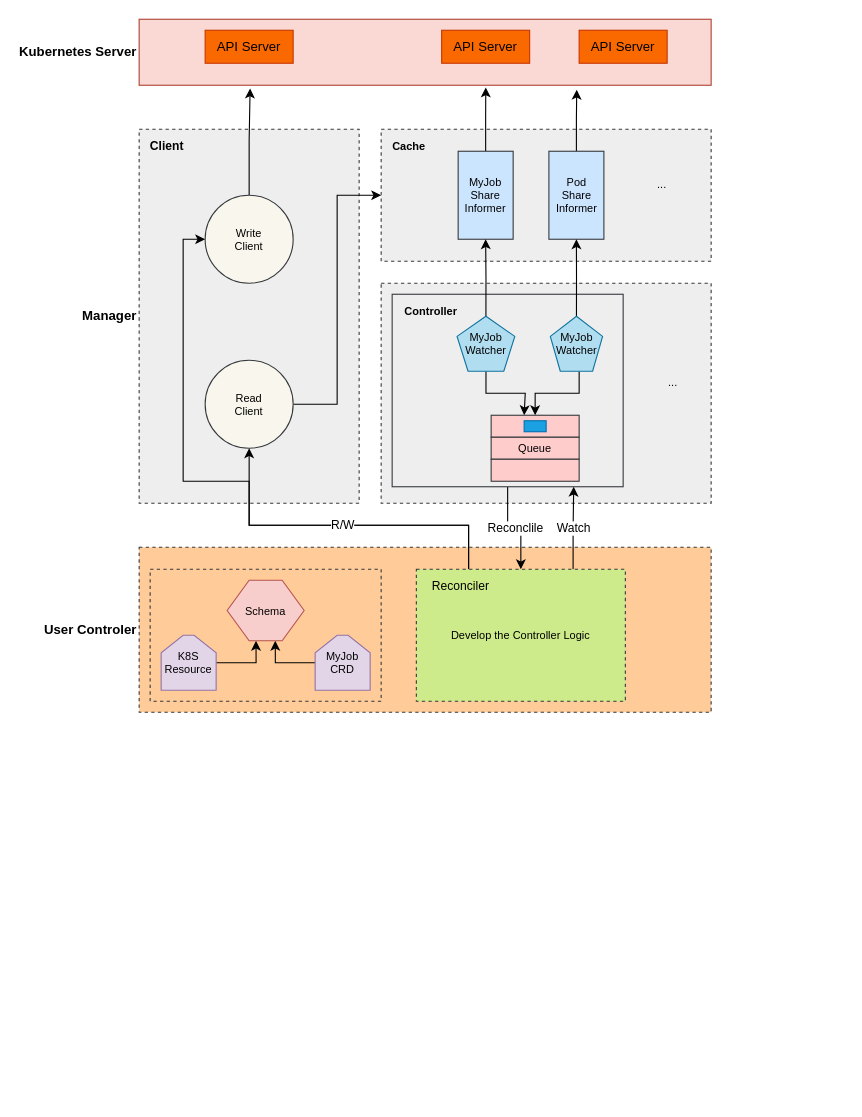
Before: page "第 8 页" (8 of 8) of st/k8s.drawio in gaivin/drawio, a draw.io diagram. Source tidied: cells renumbered, new cells numbered last; positions are measured from the earlier drawing's top-left corner, leaving out a move shared by most shapes. Both pictures are drawn from the tidied source at 110%, with x=0, y=0 at pixel (139, 19).
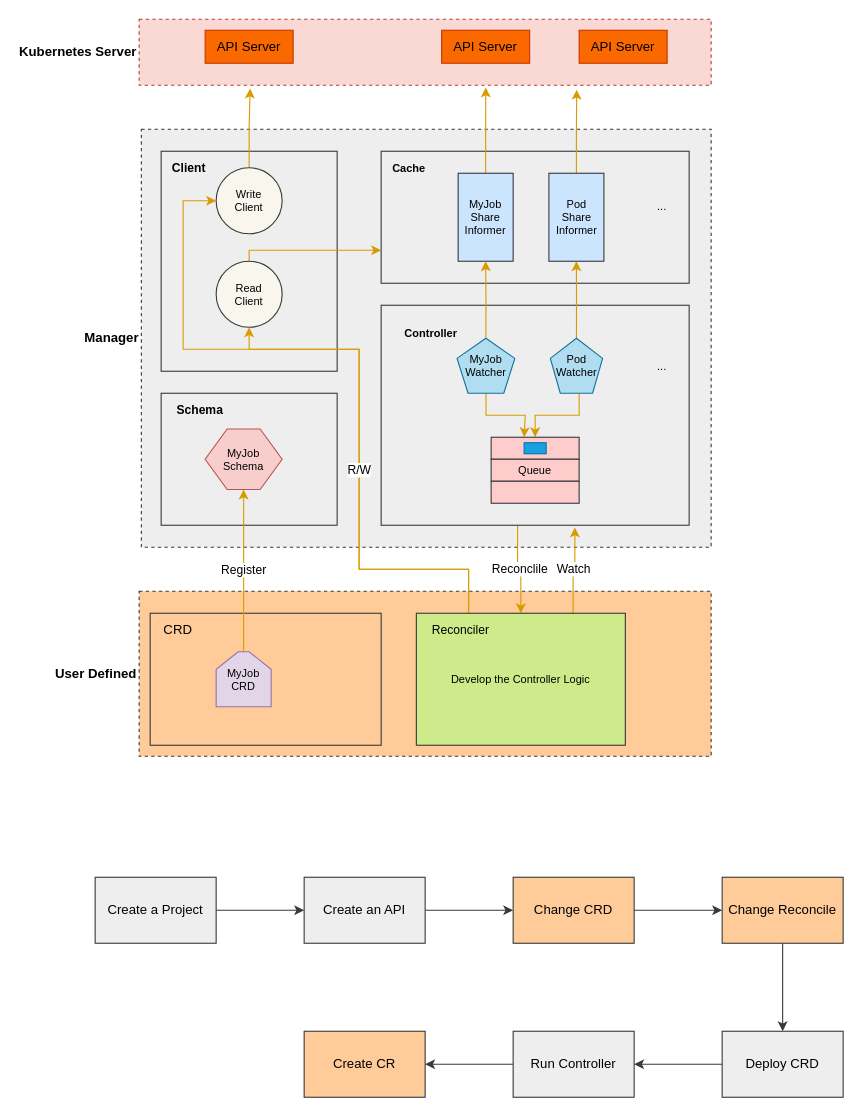
Above is the later version.

Unchanged cells that the change refers to:
```xml
<mxCell id="26" style="rounded=0;whiteSpace=wrap;html=1;fillColor=#ffcccc;strokeColor=#36393d;fontSize=10;" parent="25" vertex="1">
  <mxGeometry width="80" height="20" as="geometry" />
</mxCell>
```

What changed in the source:
```diff
@@
+    <mxCell id="47" value="Manager" style="rounded=0;whiteSpace=wrap;html=1;fillColor=#eeeeee;strokeColor=#36393d;labelPosition=left;verticalLabelPosition=middle;align=right;verticalAlign=middle;fontSize=12;fontStyle=1;dashed=1;" parent="1" vertex="1">
+      <mxGeometry x="2" y="100" width="518" height="380" as="geometry" />
+    </mxCell>
+    <mxCell id="48" style="rounded=0;whiteSpace=wrap;html=1;fillColor=#eeeeee;strokeColor=#36393d;labelPosition=left;verticalLabelPosition=middle;align=right;verticalAlign=middle;fontSize=12;fontStyle=1;" parent="1" vertex="1">
+      <mxGeometry x="20" y="340" width="160" height="120" as="geometry" />
+    </mxCell>
-    <mxCell id="2" value="Kubernetes Server" style="rounded=0;whiteSpace=wrap;html=1;fillColor=#fad9d5;strokeColor=#ae4132;fontSize=12;fontStyle=1;labelPosition=left;verticalLabelPosition=middle;align=right;verticalAlign=middle;" parent="1" vertex="1">
+    <mxCell id="2" value="Kubernetes Server" style="rounded=0;whiteSpace=wrap;html=1;fillColor=#fad9d5;strokeColor=#ae4132;fontSize=12;fontStyle=1;labelPosition=left;verticalLabelPosition=middle;align=right;verticalAlign=middle;dashed=1;" parent="1" vertex="1">
       <mxGeometry width="520" height="60" as="geometry" />
     </mxCell>
-    <mxCell id="3" value="Manager" style="rounded=0;whiteSpace=wrap;html=1;fillColor=#eeeeee;strokeColor=#36393d;dashed=1;labelPosition=left;verticalLabelPosition=middle;align=right;verticalAlign=middle;fontSize=12;fontStyle=1;" parent="1" vertex="1">
-      <mxGeometry y="100" width="200" height="340" as="geometry" />
+    <mxCell id="3" style="rounded=0;whiteSpace=wrap;html=1;fillColor=#eeeeee;strokeColor=#36393d;labelPosition=left;verticalLabelPosition=middle;align=right;verticalAlign=middle;fontSize=12;fontStyle=1;" parent="1" vertex="1">
+      <mxGeometry x="20" y="120" width="160" height="200" as="geometry" />
     </mxCell>
-    <mxCell id="4" style="edgeStyle=orthogonalEdgeStyle;rounded=0;jettySize=auto;html=1;exitX=0.5;exitY=0;exitDx=0;exitDy=0;fontSize=10;entryX=0.194;entryY=1.05;entryDx=0;entryDy=0;entryPerimeter=0;" parent="1" edge="1" source="5" target="2">
+    <mxCell id="4" style="edgeStyle=orthogonalEdgeStyle;rounded=0;jettySize=auto;html=1;exitX=0.5;exitY=0;exitDx=0;exitDy=0;fontSize=10;entryX=0.194;entryY=1.05;entryDx=0;entryDy=0;entryPerimeter=0;fillColor=#ffcd28;strokeColor=#d79b00;gradientColor=#ffa500;" parent="1" edge="1" source="5" target="2">
       <mxGeometry relative="1" as="geometry" />
     </mxCell>
     <mxCell id="5" value="Write&lt;br style=&quot;font-size: 10px;&quot;&gt;Client" style="ellipse;whiteSpace=wrap;html=1;fillColor=#f9f7ed;strokeColor=#36393d;fontSize=10;" parent="1" vertex="1">
-      <mxGeometry x="60" y="160" width="80" height="80" as="geometry" />
+      <mxGeometry x="70" y="135" width="60" height="60" as="geometry" />
     </mxCell>
-    <mxCell id="6" style="edgeStyle=orthogonalEdgeStyle;rounded=0;jettySize=auto;html=1;exitX=1;exitY=0.5;exitDx=0;exitDy=0;entryX=0;entryY=0.5;entryDx=0;entryDy=0;" parent="1" edge="1" source="7" target="8">
-      <mxGeometry relative="1" as="geometry" />
+    <mxCell id="6" style="edgeStyle=orthogonalEdgeStyle;rounded=0;jettySize=auto;html=1;exitX=0.5;exitY=0;exitDx=0;exitDy=0;fillColor=#ffcd28;strokeColor=#d79b00;gradientColor=#ffa500;" parent="1" edge="1" source="7" target="8">
+      <mxGeometry relative="1" as="geometry">
+        <Array as="points">
+          <mxPoint x="100" y="210" />
+        </Array>
+      </mxGeometry>
     </mxCell>
     <mxCell id="7" value="Read&lt;br style=&quot;font-size: 10px;&quot;&gt;Client" style="ellipse;whiteSpace=wrap;html=1;fillColor=#f9f7ed;strokeColor=#36393d;fontSize=10;" parent="1" vertex="1">
-      <mxGeometry x="60" y="310" width="80" height="80" as="geometry" />
+      <mxGeometry x="70" y="220" width="60" height="60" as="geometry" />
     </mxCell>
-    <mxCell id="8" style="rounded=0;whiteSpace=wrap;html=1;fillColor=#eeeeee;strokeColor=#36393d;dashed=1;labelPosition=center;verticalLabelPosition=bottom;align=center;verticalAlign=top;fontSize=10;" parent="1" vertex="1">
-      <mxGeometry x="220" y="100" width="300" height="120" as="geometry" />
+    <mxCell id="8" style="rounded=0;whiteSpace=wrap;html=1;fillColor=#eeeeee;strokeColor=#36393d;labelPosition=center;verticalLabelPosition=bottom;align=center;verticalAlign=top;fontSize=10;" parent="1" vertex="1">
+      <mxGeometry x="220" y="120" width="280" height="120" as="geometry" />
     </mxCell>
-    <mxCell id="9" style="rounded=0;whiteSpace=wrap;html=1;fillColor=#eeeeee;strokeColor=#36393d;dashed=1;labelPosition=center;verticalLabelPosition=bottom;align=center;verticalAlign=top;fontSize=10;" parent="1" vertex="1">
-      <mxGeometry x="220" y="240" width="300" height="200" as="geometry" />
-    </mxCell>
-    <mxCell id="10" style="edgeStyle=orthogonalEdgeStyle;rounded=0;jettySize=auto;html=1;exitX=0.5;exitY=0;exitDx=0;exitDy=0;entryX=0.606;entryY=1.033;entryDx=0;entryDy=0;entryPerimeter=0;" parent="1" edge="1" source="11" target="2">
+    <mxCell id="10" style="edgeStyle=orthogonalEdgeStyle;rounded=0;jettySize=auto;html=1;exitX=0.5;exitY=0;exitDx=0;exitDy=0;entryX=0.606;entryY=1.033;entryDx=0;entryDy=0;entryPerimeter=0;fillColor=#ffcd28;strokeColor=#d79b00;gradientColor=#ffa500;" parent="1" edge="1" source="11" target="2">
       <mxGeometry relative="1" as="geometry" />
     </mxCell>
     <mxCell id="11" value="MyJob&lt;br style=&quot;font-size: 10px;&quot;&gt;Share Informer" style="rounded=0;whiteSpace=wrap;html=1;fillColor=#cce5ff;strokeColor=#36393d;fontSize=10;" parent="1" vertex="1">
-      <mxGeometry x="290" y="120" width="50" height="80" as="geometry" />
+      <mxGeometry x="290" y="140" width="50" height="80" as="geometry" />
     </mxCell>
-    <mxCell id="12" style="edgeStyle=orthogonalEdgeStyle;rounded=0;jettySize=auto;html=1;exitX=0.5;exitY=0;exitDx=0;exitDy=0;entryX=0.765;entryY=1.067;entryDx=0;entryDy=0;entryPerimeter=0;" parent="1" edge="1" source="13" target="2">
+    <mxCell id="12" style="edgeStyle=orthogonalEdgeStyle;rounded=0;jettySize=auto;html=1;exitX=0.5;exitY=0;exitDx=0;exitDy=0;entryX=0.765;entryY=1.067;entryDx=0;entryDy=0;entryPerimeter=0;fillColor=#ffcd28;strokeColor=#d79b00;gradientColor=#ffa500;" parent="1" edge="1" source="13" target="2">
       <mxGeometry relative="1" as="geometry" />
     </mxCell>
     <mxCell id="13" value="Pod&lt;br style=&quot;font-size: 10px;&quot;&gt;Share Informer" style="rounded=0;whiteSpace=wrap;html=1;fillColor=#cce5ff;strokeColor=#36393d;fontSize=10;" parent="1" vertex="1">
-      <mxGeometry x="372.5" y="120" width="50" height="80" as="geometry" />
+      <mxGeometry x="372.5" y="140" width="50" height="80" as="geometry" />
     </mxCell>
-    <mxCell id="14" value="User Controler" style="rounded=0;whiteSpace=wrap;html=1;fillColor=#ffcc99;strokeColor=#36393d;dashed=1;labelPosition=left;verticalLabelPosition=middle;align=right;verticalAlign=middle;fontSize=12;fontStyle=1;" parent="1" vertex="1">
-      <mxGeometry y="480" width="520" height="150" as="geometry" />
+    <mxCell id="14" value="User Defined" style="rounded=0;whiteSpace=wrap;html=1;fillColor=#ffcc99;strokeColor=#36393d;dashed=1;labelPosition=left;verticalLabelPosition=middle;align=right;verticalAlign=middle;fontSize=12;fontStyle=1;" parent="1" vertex="1">
+      <mxGeometry y="520" width="520" height="150" as="geometry" />
     </mxCell>
-    <mxCell id="15" value="Reconclile" style="edgeStyle=orthogonalEdgeStyle;rounded=0;jettySize=auto;html=1;exitX=0.5;exitY=1;exitDx=0;exitDy=0;exitPerimeter=0;entryX=0.5;entryY=0;entryDx=0;entryDy=0;" parent="1" edge="1" source="16" target="36">
+    <mxCell id="15" value="Reconclile" style="edgeStyle=orthogonalEdgeStyle;rounded=0;jettySize=auto;html=1;exitX=0.443;exitY=1;exitDx=0;exitDy=0;exitPerimeter=0;entryX=0.5;entryY=0;entryDx=0;entryDy=0;fillColor=#ffcd28;strokeColor=#d79b00;gradientColor=#ffa500;" parent="1" edge="1" source="16" target="36">
       <mxGeometry relative="1" as="geometry" />
     </mxCell>
     <mxCell id="16" style="rounded=0;whiteSpace=wrap;html=1;fillColor=#eeeeee;strokeColor=#36393d;labelPosition=center;verticalLabelPosition=bottom;align=center;verticalAlign=top;fontSize=10;points=[[0,0,0,0,0],[0,0.25,0,0,0],[0,0.5,0,0,0],[0,0.75,0,0,0],[0,1,0,0,0],[0.17,1,0,0,0],[0.25,0,0,0,0],[0.25,1,0,0,0],[0.33,1,0,0,0],[0.5,0,0,0,0],[0.5,1,0,0,0],[0.67,1,0,0,0],[0.75,0,0,0,0],[0.75,1,0,0,0],[0.83,1,0,0,0],[1,0,0,0,0],[1,0.25,0,0,0],[1,0.5,0,0,0],[1,0.75,0,0,0],[1,1,0,0,0]];" parent="1" vertex="1">
-      <mxGeometry x="230" y="250" width="210" height="175" as="geometry" />
+      <mxGeometry x="220" y="260" width="280" height="200" as="geometry" />
     </mxCell>
-    <mxCell id="17" style="edgeStyle=orthogonalEdgeStyle;rounded=0;jettySize=auto;html=1;fontSize=10;" parent="1" edge="1" source="19">
+    <mxCell id="17" style="edgeStyle=orthogonalEdgeStyle;rounded=0;jettySize=auto;html=1;fontSize=10;fillColor=#ffcd28;strokeColor=#d79b00;gradientColor=#ffa500;" parent="1" edge="1" source="19">
       <mxGeometry relative="1" as="geometry">
-        <mxPoint x="350" y="360" as="targetPoint" />
+        <mxPoint x="350" y="380" as="targetPoint" />
         <Array as="points">
-          <mxPoint x="316" y="340" />
-          <mxPoint x="351" y="340" />
+          <mxPoint x="316" y="360" />
+          <mxPoint x="351" y="360" />
         </Array>
       </mxGeometry>
     </mxCell>
-    <mxCell id="18" style="edgeStyle=orthogonalEdgeStyle;rounded=0;jettySize=auto;html=1;exitX=0.5;exitY=0;exitDx=0;exitDy=0;exitPerimeter=0;" parent="1" edge="1" source="19" target="11">
+    <mxCell id="18" style="edgeStyle=orthogonalEdgeStyle;rounded=0;jettySize=auto;html=1;exitX=0.5;exitY=0;exitDx=0;exitDy=0;exitPerimeter=0;fillColor=#ffcd28;strokeColor=#d79b00;gradientColor=#ffa500;" parent="1" edge="1" source="19" target="11">
       <mxGeometry relative="1" as="geometry" />
     </mxCell>
     <mxCell id="19" value="MyJob&lt;br style=&quot;border-color: var(--border-color); font-size: 10px;&quot;&gt;Watcher" style="whiteSpace=wrap;html=1;shape=mxgraph.basic.pentagon;fillColor=#b1ddf0;strokeColor=#10739e;fontSize=10;" parent="1" vertex="1">
-      <mxGeometry x="289" y="270" width="52.5" height="50" as="geometry" />
+      <mxGeometry x="289" y="290" width="52.5" height="50" as="geometry" />
     </mxCell>
-    <mxCell id="20" style="edgeStyle=orthogonalEdgeStyle;rounded=0;jettySize=auto;html=1;fontSize=10;entryX=0.5;entryY=0;entryDx=0;entryDy=0;" parent="1" edge="1" source="22" target="26">
+    <mxCell id="20" style="edgeStyle=orthogonalEdgeStyle;rounded=0;jettySize=auto;html=1;fontSize=10;entryX=0.5;entryY=0;entryDx=0;entryDy=0;fillColor=#ffcd28;strokeColor=#d79b00;gradientColor=#ffa500;" parent="1" edge="1" source="22" target="26">
       <mxGeometry relative="1" as="geometry">
         <Array as="points">
-          <mxPoint x="400" y="340" />
-          <mxPoint x="360" y="340" />
+          <mxPoint x="400" y="360" />
+          <mxPoint x="360" y="360" />
         </Array>
       </mxGeometry>
     </mxCell>
-    <mxCell id="21" style="edgeStyle=orthogonalEdgeStyle;rounded=0;jettySize=auto;html=1;exitX=0.5;exitY=0;exitDx=0;exitDy=0;exitPerimeter=0;" parent="1" edge="1" source="22" target="13">
+    <mxCell id="21" style="edgeStyle=orthogonalEdgeStyle;rounded=0;jettySize=auto;html=1;exitX=0.5;exitY=0;exitDx=0;exitDy=0;exitPerimeter=0;fillColor=#ffcd28;strokeColor=#d79b00;gradientColor=#ffa500;" parent="1" edge="1" source="22" target="13">
       <mxGeometry relative="1" as="geometry" />
     </mxCell>
-    <mxCell id="22" value="MyJob&lt;br style=&quot;border-color: var(--border-color); font-size: 10px;&quot;&gt;Watcher" style="whiteSpace=wrap;html=1;shape=mxgraph.basic.pentagon;fillColor=#b1ddf0;strokeColor=#10739e;fontSize=10;" parent="1" vertex="1">
-      <mxGeometry x="373.8" y="270" width="47.5" height="50" as="geometry" />
+    <mxCell id="22" value="Pod&lt;br style=&quot;border-color: var(--border-color); font-size: 10px;&quot;&gt;Watcher" style="whiteSpace=wrap;html=1;shape=mxgraph.basic.pentagon;fillColor=#b1ddf0;strokeColor=#10739e;fontSize=10;" parent="1" vertex="1">
+      <mxGeometry x="373.8" y="290" width="47.5" height="50" as="geometry" />
     </mxCell>
     <mxCell id="23" value="..." style="text;html=1;align=center;verticalAlign=middle;strokeColor=none;fillColor=none;fontSize=10;" parent="1" vertex="1">
-      <mxGeometry x="470" y="315" width="30" height="30" as="geometry" />
+      <mxGeometry x="460" y="300" width="30" height="30" as="geometry" />
     </mxCell>
     <mxCell id="24" value="..." style="text;html=1;align=center;verticalAlign=middle;strokeColor=none;fillColor=none;fontSize=10;" parent="1" vertex="1">
-      <mxGeometry x="460" y="135" width="30" height="30" as="geometry" />
+      <mxGeometry x="460" y="155" width="30" height="30" as="geometry" />
     </mxCell>
     <mxCell id="25" style="group;fontSize=10;" parent="1" vertex="1">
-      <mxGeometry x="320" y="360" width="80" height="60" as="geometry" />
+      <mxGeometry x="320" y="380" width="80" height="60" as="geometry" />
     </mxCell>
@@
     <mxCell id="30" value="Controller" style="text;html=1;align=center;verticalAlign=middle;strokeColor=none;fillColor=none;fontStyle=1;fontSize=10;" parent="1" vertex="1">
-      <mxGeometry x="230" y="250" width="70" height="30" as="geometry" />
+      <mxGeometry x="230" y="270" width="70" height="30" as="geometry" />
     </mxCell>
     <mxCell id="31" value="Cache" style="text;html=1;align=center;verticalAlign=middle;strokeColor=none;fillColor=none;fontStyle=1;fontSize=10;" parent="1" vertex="1">
-      <mxGeometry x="220" y="100" width="50" height="30" as="geometry" />
+      <mxGeometry x="220" y="120" width="50" height="30" as="geometry" />
     </mxCell>
     <mxCell id="32" value="Client" style="text;html=1;align=center;verticalAlign=middle;strokeColor=none;fillColor=none;fontSize=11;fontStyle=1;" parent="1" vertex="1">
-      <mxGeometry y="100" width="50" height="30" as="geometry" />
+      <mxGeometry x="20" y="120" width="50" height="30" as="geometry" />
     </mxCell>
-    <mxCell id="33" value="Watch" style="edgeStyle=orthogonalEdgeStyle;rounded=0;jettySize=auto;html=1;exitX=0.75;exitY=0;exitDx=0;exitDy=0;entryX=0.786;entryY=1;entryDx=0;entryDy=0;entryPerimeter=0;" parent="1" edge="1" source="36" target="16">
+    <mxCell id="33" value="Watch" style="edgeStyle=orthogonalEdgeStyle;rounded=0;jettySize=auto;html=1;exitX=0.75;exitY=0;exitDx=0;exitDy=0;entryX=0.629;entryY=1.01;entryDx=0;entryDy=0;entryPerimeter=0;fillColor=#ffcd28;strokeColor=#d79b00;gradientColor=#ffa500;" parent="1" edge="1" source="36" target="16">
       <mxGeometry relative="1" as="geometry" />
     </mxCell>
-    <mxCell id="34" style="edgeStyle=orthogonalEdgeStyle;rounded=0;jettySize=auto;html=1;exitX=0.25;exitY=0;exitDx=0;exitDy=0;entryX=0;entryY=0.5;entryDx=0;entryDy=0;" parent="1" edge="1" source="36" target="5">
+    <mxCell id="34" style="edgeStyle=orthogonalEdgeStyle;rounded=0;jettySize=auto;html=1;exitX=0.25;exitY=0;exitDx=0;exitDy=0;entryX=0;entryY=0.5;entryDx=0;entryDy=0;fillColor=#ffcd28;strokeColor=#d79b00;gradientColor=#ffa500;" parent="1" edge="1" source="36" target="5">
       <mxGeometry relative="1" as="geometry">
         <Array as="points">
-          <mxPoint x="300" y="460" />
-          <mxPoint x="100" y="460" />
-          <mxPoint x="100" y="420" />
-          <mxPoint x="40" y="420" />
-          <mxPoint x="40" y="200" />
+          <mxPoint x="300" y="500" />
+          <mxPoint x="200" y="500" />
+          <mxPoint x="200" y="300" />
+          <mxPoint x="40" y="300" />
+          <mxPoint x="40" y="165" />
         </Array>
       </mxGeometry>
     </mxCell>
-    <mxCell id="35" value="R/W" style="edgeStyle=orthogonalEdgeStyle;rounded=0;jettySize=auto;html=1;exitX=0.25;exitY=0;exitDx=0;exitDy=0;" parent="1" edge="1" source="36" target="7">
+    <mxCell id="35" value="R/W" style="edgeStyle=orthogonalEdgeStyle;rounded=0;jettySize=auto;html=1;exitX=0.25;exitY=0;exitDx=0;exitDy=0;fillColor=#ffcd28;strokeColor=#d79b00;gradientColor=#ffa500;" parent="1" edge="1" source="36" target="7">
       <mxGeometry relative="1" as="geometry">
         <Array as="points">
-          <mxPoint x="300" y="460" />
-          <mxPoint x="100" y="460" />
+          <mxPoint x="300" y="500" />
+          <mxPoint x="200" y="500" />
+          <mxPoint x="200" y="300" />
+          <mxPoint x="100" y="300" />
         </Array>
       </mxGeometry>
     </mxCell>
-    <mxCell id="36" value="Develop the Controller Logic" style="rounded=0;whiteSpace=wrap;html=1;dashed=1;labelPosition=center;verticalLabelPosition=middle;align=center;verticalAlign=middle;fontSize=10;fillColor=#cdeb8b;strokeColor=#36393d;" parent="1" vertex="1">
-      <mxGeometry x="252" y="500" width="190" height="120" as="geometry" />
+    <mxCell id="36" value="Develop the Controller Logic" style="rounded=0;whiteSpace=wrap;html=1;labelPosition=center;verticalLabelPosition=middle;align=center;verticalAlign=middle;fontSize=10;fillColor=#cdeb8b;strokeColor=#36393d;" parent="1" vertex="1">
+      <mxGeometry x="252" y="540" width="190" height="120" as="geometry" />
     </mxCell>
     <mxCell id="37" value="Reconciler" style="text;html=1;align=center;verticalAlign=middle;strokeColor=none;fillColor=none;fontSize=11;" parent="1" vertex="1">
-      <mxGeometry x="252" y="500" width="80" height="30" as="geometry" />
+      <mxGeometry x="252" y="540" width="80" height="30" as="geometry" />
     </mxCell>
-    <mxCell id="38" style="rounded=0;whiteSpace=wrap;html=1;fillColor=none;strokeColor=#36393d;dashed=1;labelPosition=center;verticalLabelPosition=bottom;align=center;verticalAlign=top;fontSize=10;" parent="1" vertex="1">
-      <mxGeometry x="10" y="500" width="210" height="120" as="geometry" />
+    <mxCell id="38" style="rounded=0;whiteSpace=wrap;html=1;fillColor=none;strokeColor=#36393d;labelPosition=center;verticalLabelPosition=bottom;align=center;verticalAlign=top;fontSize=10;" parent="1" vertex="1">
+      <mxGeometry x="10" y="540" width="210" height="120" as="geometry" />
     </mxCell>
-    <mxCell id="39" style="edgeStyle=orthogonalEdgeStyle;rounded=0;jettySize=auto;html=1;exitX=1;exitY=0.5;exitDx=0;exitDy=0;entryX=0.375;entryY=1;entryDx=0;entryDy=0;" parent="1" edge="1" source="40" target="43">
-      <mxGeometry relative="1" as="geometry" />
-    </mxCell>
-    <mxCell id="40" value="K8S&lt;br style=&quot;font-size: 10px;&quot;&gt;Resource" style="shape=loopLimit;whiteSpace=wrap;html=1;fillColor=#e1d5e7;strokeColor=#9673a6;fontSize=10;" parent="1" vertex="1">
-      <mxGeometry x="20" y="560" width="50" height="50" as="geometry" />
-    </mxCell>
-    <mxCell id="41" style="edgeStyle=orthogonalEdgeStyle;rounded=0;jettySize=auto;html=1;entryX=0.625;entryY=1;entryDx=0;entryDy=0;" parent="1" edge="1" source="42" target="43">
-      <mxGeometry relative="1" as="geometry" />
-    </mxCell>
+    <mxCell id="49" value="Register" style="edgeStyle=orthogonalEdgeStyle;rounded=0;jettySize=auto;html=1;exitX=0.5;exitY=0;exitDx=0;exitDy=0;fillColor=#ffcd28;strokeColor=#d79b00;gradientColor=#ffa500;" parent="1" edge="1" source="42" target="50">
+      <mxGeometry relative="1" as="geometry" />
+    </mxCell>
     <mxCell id="42" value="MyJob&lt;br style=&quot;font-size: 10px;&quot;&gt;CRD" style="shape=loopLimit;whiteSpace=wrap;html=1;fillColor=#e1d5e7;strokeColor=#9673a6;fontSize=10;" parent="1" vertex="1">
-      <mxGeometry x="160" y="560" width="50" height="50" as="geometry" />
+      <mxGeometry x="70" y="575" width="50" height="50" as="geometry" />
     </mxCell>
-    <mxCell id="43" value="Schema" style="shape=hexagon;perimeter=hexagonPerimeter2;whiteSpace=wrap;html=1;fixedSize=1;fillColor=#f8cecc;strokeColor=#b85450;fontSize=10;" parent="1" vertex="1">
-      <mxGeometry x="80" y="510" width="70" height="55" as="geometry" />
-    </mxCell>
@@
+    <mxCell id="43" value="Schema" style="text;html=1;align=center;verticalAlign=middle;points=[];strokeColor=none;fillColor=none;fontSize=11;fontStyle=1;" parent="1" vertex="1">
+      <mxGeometry x="20" y="340" width="70" height="30" as="geometry" />
+    </mxCell>
+    <mxCell id="50" value="MyJob&lt;br&gt;Schema" style="shape=hexagon;perimeter=hexagonPerimeter2;whiteSpace=wrap;html=1;fixedSize=1;fillColor=#f8cecc;strokeColor=#b85450;fontSize=10;" parent="1" vertex="1">
+      <mxGeometry x="60" y="372.5" width="70" height="55" as="geometry" />
+    </mxCell>
+    <mxCell id="51" value="CRD" style="text;html=1;align=center;verticalAlign=middle;strokeColor=none;fillColor=none;" parent="1" vertex="1">
+      <mxGeometry x="10" y="540" width="50" height="30" as="geometry" />
+    </mxCell>
+    <mxCell id="52" style="edgeStyle=orthogonalEdgeStyle;rounded=0;jettySize=auto;html=1;fillColor=#eeeeee;strokeColor=#36393d;" parent="1" edge="1" source="53" target="55">
+      <mxGeometry relative="1" as="geometry" />
+    </mxCell>
+    <mxCell id="53" value="Create a Project" style="rounded=0;whiteSpace=wrap;html=1;fillColor=#eeeeee;strokeColor=#36393d;" parent="1" vertex="1">
+      <mxGeometry x="-40" y="780" width="110" height="60" as="geometry" />
+    </mxCell>
+    <mxCell id="54" style="edgeStyle=orthogonalEdgeStyle;rounded=0;jettySize=auto;html=1;fillColor=#eeeeee;strokeColor=#36393d;" parent="1" edge="1" source="55" target="57">
+      <mxGeometry relative="1" as="geometry" />
+    </mxCell>
+    <mxCell id="55" value="Create an API" style="rounded=0;whiteSpace=wrap;html=1;fillColor=#eeeeee;strokeColor=#36393d;" parent="1" vertex="1">
+      <mxGeometry x="150" y="780" width="110" height="60" as="geometry" />
+    </mxCell>
+    <mxCell id="56" style="edgeStyle=orthogonalEdgeStyle;rounded=0;jettySize=auto;html=1;fillColor=#eeeeee;strokeColor=#36393d;" parent="1" edge="1" source="57" target="59">
+      <mxGeometry relative="1" as="geometry" />
+    </mxCell>
+    <mxCell id="57" value="Change CRD" style="rounded=0;whiteSpace=wrap;html=1;fillColor=#ffcc99;strokeColor=#36393d;" parent="1" vertex="1">
+      <mxGeometry x="340" y="780" width="110" height="60" as="geometry" />
+    </mxCell>
+    <mxCell id="58" style="edgeStyle=orthogonalEdgeStyle;rounded=0;jettySize=auto;html=1;fillColor=#eeeeee;strokeColor=#36393d;" parent="1" edge="1" source="59" target="61">
+      <mxGeometry relative="1" as="geometry" />
+    </mxCell>
+    <mxCell id="59" value="Change Reconcile" style="rounded=0;whiteSpace=wrap;html=1;fillColor=#ffcc99;strokeColor=#36393d;" parent="1" vertex="1">
+      <mxGeometry x="530" y="780" width="110" height="60" as="geometry" />
+    </mxCell>
+    <mxCell id="60" style="edgeStyle=orthogonalEdgeStyle;rounded=0;jettySize=auto;html=1;fillColor=#eeeeee;strokeColor=#36393d;" parent="1" edge="1" source="61" target="63">
+      <mxGeometry relative="1" as="geometry" />
+    </mxCell>
+    <mxCell id="61" value="Deploy CRD" style="rounded=0;whiteSpace=wrap;html=1;fillColor=#eeeeee;strokeColor=#36393d;" parent="1" vertex="1">
+      <mxGeometry x="530" y="920" width="110" height="60" as="geometry" />
+    </mxCell>
+    <mxCell id="62" style="edgeStyle=orthogonalEdgeStyle;rounded=0;jettySize=auto;html=1;fillColor=#eeeeee;strokeColor=#36393d;" parent="1" edge="1" source="63" target="64">
+      <mxGeometry relative="1" as="geometry" />
+    </mxCell>
+    <mxCell id="63" value="Run Controller" style="rounded=0;whiteSpace=wrap;html=1;fillColor=#eeeeee;strokeColor=#36393d;" parent="1" vertex="1">
+      <mxGeometry x="340" y="920" width="110" height="60" as="geometry" />
+    </mxCell>
+    <mxCell id="64" value="Create CR" style="rounded=0;whiteSpace=wrap;html=1;fillColor=#ffcc99;strokeColor=#36393d;" parent="1" vertex="1">
+      <mxGeometry x="150" y="920" width="110" height="60" as="geometry" />
+    </mxCell>
```
